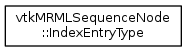
This is master/inherit_graph_147.png from jamesobutler/apidocs.slicer.org, a Graphviz export, as it was before one commit. Its source is kept beside it as master/inherit_graph_147.dot.
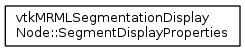
Later version of the same file.

The edit, as a diff of the source:
```diff
@@ -4,5 +4,5 @@
   edge [fontname="Helvetica",fontsize="10",labelfontname="Helvetica",labelfontsize="10"];
   node [fontname="Helvetica",fontsize="10",shape=record];
   rankdir="LR";
-  Node0 [label="vtkMRMLSequenceNode\l::IndexEntryType",height=0.2,width=0.4,color="black",URL="$structvtkMRMLSequenceNode_1_1IndexEntryType.html"];
+  Node0 [label="vtkMRMLSegmentationDisplay\lNode::SegmentDisplayProperties",height=0.2,width=0.4,color="black",URL="$structvtkMRMLSegmentationDisplayNode_1_1SegmentDisplayProperties.html",tooltip="Display properties per segment. "];
 }
```
